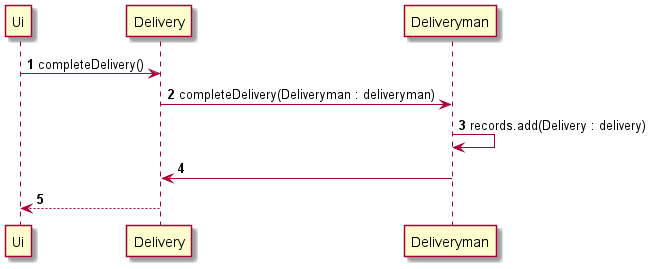
nus-cs2113-AY2021S2/tp keeps this PlantUML diagram as docs/diagrams/RetrieveRecords.png. Above is the earlier version. Its diagram source:
```plantuml
@startuml
!include Style.puml

autonumber

Ui -> Delivery: completeDelivery()

Delivery -> Deliveryman: completeDelivery(Deliveryman : deliveryman)
Deliveryman -> Deliveryman : records.add(Delivery : delivery)
Deliveryman -> Delivery

Delivery --> Ui
@enduml
```
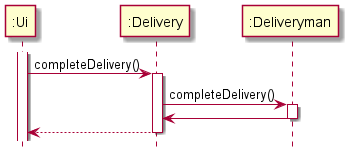
The same diagram one commit later.

Commit message:
Add new diagrams to DG - probably need one more diagram

The edit, as a diff of the source:
```diff
@@ -1,13 +1,17 @@
 @startuml
-!include Style.puml
+!include ../Style.puml
 
-autonumber
 
-Ui -> Delivery: completeDelivery()
+activate ":Ui"
+":Ui" -> ":Delivery": completeDelivery()
 
-Delivery -> Deliveryman: completeDelivery(Deliveryman : deliveryman)
-Deliveryman -> Deliveryman : records.add(Delivery : delivery)
-Deliveryman -> Delivery
+    activate ":Delivery"
+    ":Delivery" -> ":Deliveryman": completeDelivery()
 
-Delivery --> Ui
+        activate ":Deliveryman"
+        ":Deliveryman" -> ":Delivery"
+        deactivate ":Deliveryman"
+
+    ":Delivery" --> ":Ui"
+    deactivate ":Delivery"
 @enduml
```
